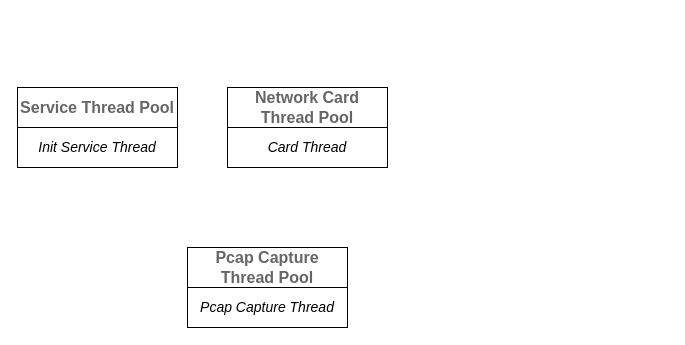
Before: CS/ComputerNetwork/LanChatThreadPool.drawio in umiskky/Diagrams, a draw.io diagram. Source tidied: cells renumbered, new cells numbered last; positions are measured from the earlier drawing's top-left corner, leaving out a move shared by most shapes. Both pictures are drawn from the tidied source at 100%, with x=0, y=0 at pixel (17, 87).
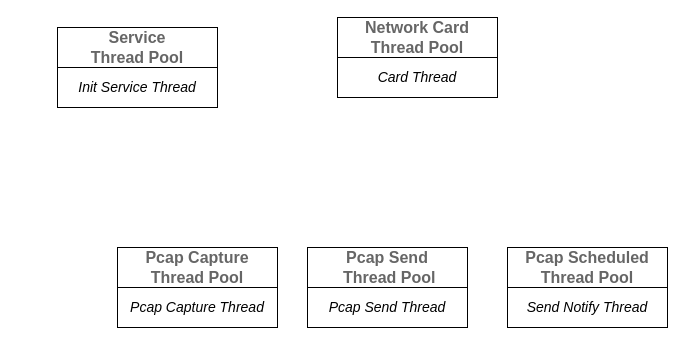
Above is the later version.

Change to the diagram source:
```diff
@@
 <mxGraphModel>
   <root>
     <mxCell id="0" />
     <mxCell id="1" parent="0" />
     <mxCell id="2" style="group;" parent="1" vertex="1">
-      <mxGeometry width="160" height="80" as="geometry" />
+      <mxGeometry x="40" y="-60" width="160" height="80" as="geometry" />
     </mxCell>
-    <mxCell id="3" value="&lt;font style=&quot;font-size: 16px&quot; color=&quot;#666666&quot;&gt;&lt;b&gt;Service Thread Pool&lt;/b&gt;&lt;/font&gt;" style="rounded=0;whiteSpace=wrap;html=1;" parent="2" vertex="1">
+    <mxCell id="3" value="&lt;font style=&quot;font-size: 16px&quot; color=&quot;#666666&quot;&gt;&lt;b&gt;Service &lt;br&gt;Thread Pool&lt;/b&gt;&lt;/font&gt;" style="rounded=0;whiteSpace=wrap;html=1;" parent="2" vertex="1">
       <mxGeometry width="160" height="40" as="geometry" />
     </mxCell>
     <mxCell id="4" value="&lt;font style=&quot;font-size: 14px&quot;&gt;&lt;i&gt;Init Service Thread&lt;/i&gt;&lt;/font&gt;" style="rounded=0;whiteSpace=wrap;html=1;" parent="2" vertex="1">
       <mxGeometry y="40" width="160" height="40" as="geometry" />
     </mxCell>
     <mxCell id="5" style="group;" parent="1" vertex="1">
-      <mxGeometry x="210" width="160" height="80" as="geometry" />
+      <mxGeometry x="320" y="-70" width="160" height="80" as="geometry" />
     </mxCell>
     <mxCell id="6" value="&lt;font style=&quot;font-size: 16px&quot; color=&quot;#666666&quot;&gt;&lt;b&gt;Network Card Thread Pool&lt;/b&gt;&lt;/font&gt;" style="rounded=0;whiteSpace=wrap;html=1;" parent="5" vertex="1">
       <mxGeometry width="160" height="40" as="geometry" />
     </mxCell>
     <mxCell id="7" value="&lt;font style=&quot;font-size: 14px&quot;&gt;&lt;i&gt;Card Thread&lt;/i&gt;&lt;/font&gt;" style="rounded=0;whiteSpace=wrap;html=1;" parent="5" vertex="1">
       <mxGeometry y="40" width="160" height="40" as="geometry" />
     </mxCell>
     <mxCell id="8" style="group;" parent="1" vertex="1">
-      <mxGeometry x="170" y="160" width="160" height="80" as="geometry" />
+      <mxGeometry x="100" y="160" width="160" height="80" as="geometry" />
     </mxCell>
     <mxCell id="9" value="&lt;font style=&quot;font-size: 16px&quot; color=&quot;#666666&quot;&gt;&lt;b&gt;Pcap Capture Thread Pool&lt;/b&gt;&lt;/font&gt;" style="rounded=0;whiteSpace=wrap;html=1;" parent="8" vertex="1">
       <mxGeometry width="160" height="40" as="geometry" />
     </mxCell>
     <mxCell id="10" value="&lt;font style=&quot;font-size: 14px&quot;&gt;&lt;i&gt;Pcap Capture Thread&lt;/i&gt;&lt;/font&gt;" style="rounded=0;whiteSpace=wrap;html=1;" parent="8" vertex="1">
       <mxGeometry y="40" width="160" height="40" as="geometry" />
     </mxCell>
+    <mxCell id="11" style="group;" parent="1" vertex="1">
+      <mxGeometry x="290" y="160" width="160" height="80" as="geometry" />
+    </mxCell>
+    <mxCell id="12" value="&lt;font style=&quot;font-size: 16px&quot; color=&quot;#666666&quot;&gt;&lt;b&gt;Pcap Send&lt;br&gt;&amp;nbsp;Thread Pool&lt;/b&gt;&lt;/font&gt;" style="rounded=0;whiteSpace=wrap;html=1;" parent="11" vertex="1">
+      <mxGeometry width="160" height="40" as="geometry" />
+    </mxCell>
+    <mxCell id="13" value="&lt;font style=&quot;font-size: 14px&quot;&gt;&lt;i&gt;Pcap Send Thread&lt;/i&gt;&lt;/font&gt;" style="rounded=0;whiteSpace=wrap;html=1;" parent="11" vertex="1">
+      <mxGeometry y="40" width="160" height="40" as="geometry" />
+    </mxCell>
+    <mxCell id="14" style="group;" parent="1" vertex="1">
+      <mxGeometry x="490" y="160" width="160" height="80" as="geometry" />
+    </mxCell>
+    <mxCell id="15" value="&lt;font style=&quot;font-size: 16px&quot; color=&quot;#666666&quot;&gt;&lt;b&gt;Pcap Scheduled&lt;br&gt;Thread Pool&lt;/b&gt;&lt;/font&gt;" style="rounded=0;whiteSpace=wrap;html=1;" parent="14" vertex="1">
+      <mxGeometry width="160" height="40" as="geometry" />
+    </mxCell>
+    <mxCell id="16" value="&lt;font style=&quot;font-size: 14px&quot;&gt;&lt;i&gt;Send Notify Thread&lt;/i&gt;&lt;/font&gt;" style="rounded=0;whiteSpace=wrap;html=1;" parent="14" vertex="1">
+      <mxGeometry y="40" width="160" height="40" as="geometry" />
+    </mxCell>
   </root>
 </mxGraphModel>
```
